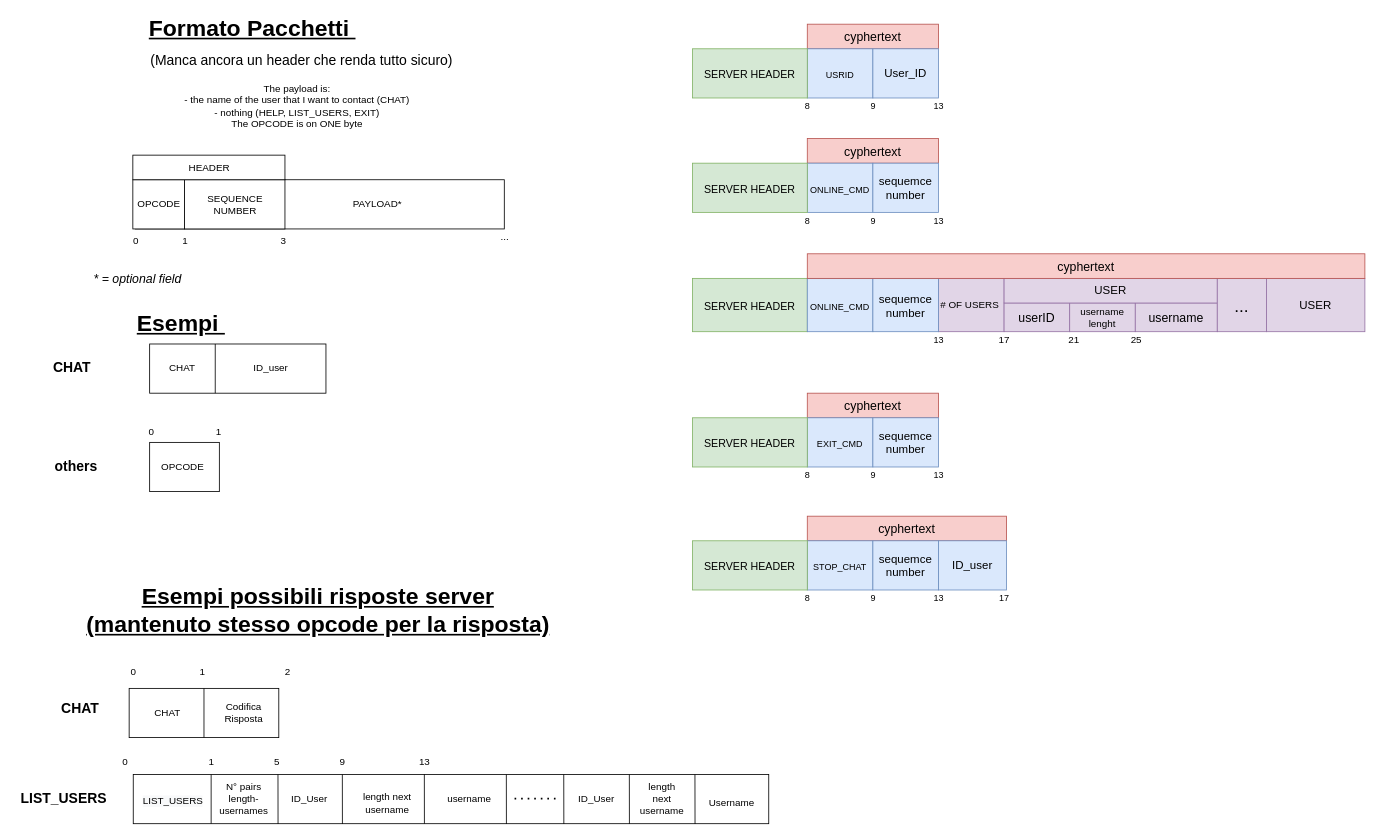
Before: page "Pagina-1" (1 of 4) of schema/MsgScheme.drawio in gerti98/secureCom, a draw.io diagram. Source tidied: cells renumbered, new cells numbered last; positions are measured from the earlier drawing's top-left corner, leaving out a move shared by most shapes. Both pictures are drawn from the tidied source at 82%, with x=0, y=0 at pixel (14, 16).
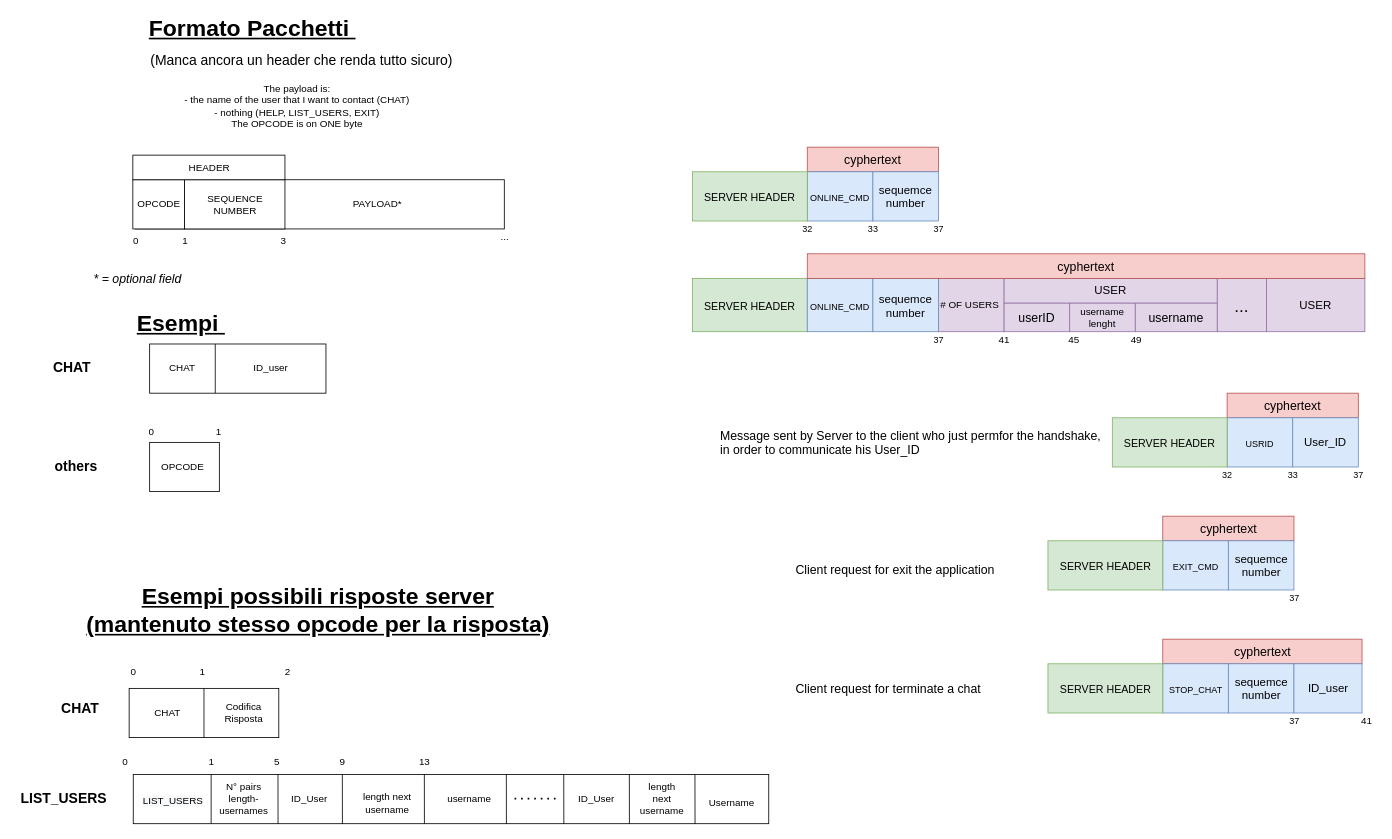
The same diagram, later.

The edit, as a diff of the source:
```diff
@@
-    <mxCell id="61" value="17" style="text;html=1;align=center;verticalAlign=middle;" parent="1" vertex="1">
+    <mxCell id="61" value="41" style="text;html=1;align=center;verticalAlign=middle;" parent="1" vertex="1">
       <mxGeometry x="1192" y="385" width="30" height="20" as="geometry" />
     </mxCell>
@@
-    <mxCell id="65" value="21" style="text;html=1;align=center;verticalAlign=middle;" parent="1" vertex="1">
+    <mxCell id="65" value="45" style="text;html=1;align=center;verticalAlign=middle;" parent="1" vertex="1">
       <mxGeometry x="1277" y="385" width="30" height="20" as="geometry" />
     </mxCell>
-    <mxCell id="66" value="25" style="text;html=1;align=center;verticalAlign=middle;" parent="1" vertex="1">
+    <mxCell id="66" value="49" style="text;html=1;align=center;verticalAlign=middle;" parent="1" vertex="1">
       <mxGeometry x="1353" y="385" width="30" height="20" as="geometry" />
     </mxCell>
@@
     <mxCell id="70" value="cyphertext" style="rounded=0;whiteSpace=wrap;html=1;fillColor=#f8cecc;strokeColor=#b85450;fontSize=15;" parent="1" vertex="1">
-      <mxGeometry x="967" y="149.5" width="160" height="30" as="geometry" />
+      <mxGeometry x="967" y="160" width="160" height="30" as="geometry" />
     </mxCell>
     <mxCell id="71" value="&lt;font style=&quot;font-size: 11px&quot;&gt;ONLINE_CMD&lt;/font&gt;" style="rounded=0;whiteSpace=wrap;html=1;fillColor=#dae8fc;strokeColor=#6c8ebf;fontSize=15;" parent="1" vertex="1">
-      <mxGeometry x="967" y="179.5" width="80" height="60" as="geometry" />
+      <mxGeometry x="967" y="190" width="80" height="60" as="geometry" />
     </mxCell>
     <mxCell id="72" value="sequemce number" style="rounded=0;whiteSpace=wrap;html=1;fillColor=#dae8fc;strokeColor=#6c8ebf;fontSize=14;" parent="1" vertex="1">
-      <mxGeometry x="1047" y="179.5" width="80" height="60" as="geometry" />
+      <mxGeometry x="1047" y="190" width="80" height="60" as="geometry" />
     </mxCell>
     <mxCell id="73" value="&lt;span style=&quot;font-size: 13px&quot;&gt;SERVER HEADER&lt;/span&gt;" style="rounded=0;whiteSpace=wrap;html=1;fillColor=#d5e8d4;strokeColor=#82b366;fontSize=15;" parent="1" vertex="1">
-      <mxGeometry x="827" y="179.5" width="140" height="60" as="geometry" />
+      <mxGeometry x="827" y="190" width="140" height="60" as="geometry" />
     </mxCell>
-    <mxCell id="74" value="8" style="text;html=1;align=center;verticalAlign=middle;fontSize=11;" parent="1" vertex="1">
-      <mxGeometry x="957" y="239.6" width="20" height="20" as="geometry" />
-    </mxCell>
-    <mxCell id="75" value="9" style="text;html=1;align=center;verticalAlign=middle;fontSize=11;" parent="1" vertex="1">
-      <mxGeometry x="1037" y="239.6" width="20" height="20" as="geometry" />
-    </mxCell>
-    <mxCell id="76" value="13" style="text;html=1;align=center;verticalAlign=middle;fontSize=11;" parent="1" vertex="1">
+    <mxCell id="76" value="37" style="text;html=1;align=center;verticalAlign=middle;fontSize=11;" parent="1" vertex="1">
       <mxGeometry x="1112" y="385" width="30" height="20" as="geometry" />
     </mxCell>
@@
-    <mxCell id="80" value="13" style="text;html=1;align=center;verticalAlign=middle;fontSize=11;" parent="1" vertex="1">
-      <mxGeometry x="1112" y="239.6" width="30" height="20" as="geometry" />
-    </mxCell>
@@
     <mxCell id="82" value="cyphertext" style="rounded=0;whiteSpace=wrap;html=1;fillColor=#f8cecc;strokeColor=#b85450;fontSize=15;" parent="1" vertex="1">
-      <mxGeometry x="967" y="460" width="160" height="30" as="geometry" />
+      <mxGeometry x="1400.5" y="610" width="160" height="30" as="geometry" />
     </mxCell>
     <mxCell id="83" value="&lt;font style=&quot;font-size: 11px&quot;&gt;EXIT_CMD&lt;/font&gt;" style="rounded=0;whiteSpace=wrap;html=1;fillColor=#dae8fc;strokeColor=#6c8ebf;fontSize=15;" parent="1" vertex="1">
-      <mxGeometry x="967" y="490" width="80" height="60" as="geometry" />
+      <mxGeometry x="1400.5" y="640" width="80" height="60" as="geometry" />
     </mxCell>
     <mxCell id="84" value="sequemce number" style="rounded=0;whiteSpace=wrap;html=1;fillColor=#dae8fc;strokeColor=#6c8ebf;fontSize=14;" parent="1" vertex="1">
-      <mxGeometry x="1047" y="490" width="80" height="60" as="geometry" />
+      <mxGeometry x="1480.5" y="640" width="80" height="60" as="geometry" />
     </mxCell>
     <mxCell id="85" value="&lt;span style=&quot;font-size: 13px&quot;&gt;SERVER HEADER&lt;/span&gt;" style="rounded=0;whiteSpace=wrap;html=1;fillColor=#d5e8d4;strokeColor=#82b366;fontSize=15;" parent="1" vertex="1">
-      <mxGeometry x="827" y="490" width="140" height="60" as="geometry" />
+      <mxGeometry x="1260.5" y="640" width="140" height="60" as="geometry" />
     </mxCell>
-    <mxCell id="86" value="8" style="text;html=1;align=center;verticalAlign=middle;fontSize=11;" parent="1" vertex="1">
-      <mxGeometry x="957" y="550" width="20" height="20" as="geometry" />
-    </mxCell>
-    <mxCell id="87" value="9" style="text;html=1;align=center;verticalAlign=middle;fontSize=11;" parent="1" vertex="1">
-      <mxGeometry x="1037" y="550" width="20" height="20" as="geometry" />
-    </mxCell>
-    <mxCell id="88" value="13" style="text;html=1;align=center;verticalAlign=middle;fontSize=11;" parent="1" vertex="1">
-      <mxGeometry x="1112" y="550" width="30" height="20" as="geometry" />
+    <mxCell id="88" value="37" style="text;html=1;align=center;verticalAlign=middle;fontSize=11;" parent="1" vertex="1">
+      <mxGeometry x="1545.5" y="700" width="30" height="20" as="geometry" />
     </mxCell>
     <mxCell id="89" value="cyphertext" style="rounded=0;whiteSpace=wrap;html=1;fillColor=#f8cecc;strokeColor=#b85450;fontSize=15;" parent="1" vertex="1">
-      <mxGeometry x="967" y="610" width="243" height="30" as="geometry" />
+      <mxGeometry x="1400.5" y="760" width="243" height="30" as="geometry" />
     </mxCell>
     <mxCell id="90" value="&lt;span style=&quot;font-size: 11px&quot;&gt;STOP_CHAT&lt;/span&gt;" style="rounded=0;whiteSpace=wrap;html=1;fillColor=#dae8fc;strokeColor=#6c8ebf;fontSize=15;" parent="1" vertex="1">
-      <mxGeometry x="967" y="640" width="80" height="60" as="geometry" />
+      <mxGeometry x="1400.5" y="790" width="80" height="60" as="geometry" />
     </mxCell>
     <mxCell id="91" value="sequemce number" style="rounded=0;whiteSpace=wrap;html=1;fillColor=#dae8fc;strokeColor=#6c8ebf;fontSize=14;" parent="1" vertex="1">
-      <mxGeometry x="1047" y="640" width="80" height="60" as="geometry" />
+      <mxGeometry x="1480.5" y="790" width="80" height="60" as="geometry" />
     </mxCell>
     <mxCell id="92" value="&lt;span style=&quot;font-size: 13px&quot;&gt;SERVER HEADER&lt;/span&gt;" style="rounded=0;whiteSpace=wrap;html=1;fillColor=#d5e8d4;strokeColor=#82b366;fontSize=15;" parent="1" vertex="1">
-      <mxGeometry x="827" y="640" width="140" height="60" as="geometry" />
+      <mxGeometry x="1260.5" y="790" width="140" height="60" as="geometry" />
     </mxCell>
-    <mxCell id="93" value="8" style="text;html=1;align=center;verticalAlign=middle;fontSize=11;" parent="1" vertex="1">
-      <mxGeometry x="957" y="700" width="20" height="20" as="geometry" />
-    </mxCell>
-    <mxCell id="94" value="9" style="text;html=1;align=center;verticalAlign=middle;fontSize=11;" parent="1" vertex="1">
-      <mxGeometry x="1037" y="700" width="20" height="20" as="geometry" />
-    </mxCell>
-    <mxCell id="95" value="13" style="text;html=1;align=center;verticalAlign=middle;fontSize=11;" parent="1" vertex="1">
-      <mxGeometry x="1112" y="700" width="30" height="20" as="geometry" />
-    </mxCell>
     <mxCell id="96" value="ID_user" style="rounded=0;whiteSpace=wrap;html=1;fillColor=#dae8fc;strokeColor=#6c8ebf;fontSize=14;" parent="1" vertex="1">
-      <mxGeometry x="1127" y="640" width="83" height="60" as="geometry" />
+      <mxGeometry x="1560.5" y="790" width="83" height="60" as="geometry" />
     </mxCell>
-    <mxCell id="97" value="17" style="text;html=1;align=center;verticalAlign=middle;fontSize=11;" parent="1" vertex="1">
-      <mxGeometry x="1192" y="700" width="30" height="20" as="geometry" />
-    </mxCell>
     <mxCell id="98" value="cyphertext" style="rounded=0;whiteSpace=wrap;html=1;fillColor=#f8cecc;strokeColor=#b85450;fontSize=15;" parent="1" vertex="1">
-      <mxGeometry x="967" y="10" width="160" height="30" as="geometry" />
+      <mxGeometry x="1479" y="460" width="160" height="30" as="geometry" />
     </mxCell>
     <mxCell id="99" value="&lt;font style=&quot;font-size: 11px&quot;&gt;USRID&lt;/font&gt;" style="rounded=0;whiteSpace=wrap;html=1;fillColor=#dae8fc;strokeColor=#6c8ebf;fontSize=15;" parent="1" vertex="1">
-      <mxGeometry x="967" y="40" width="80" height="60" as="geometry" />
+      <mxGeometry x="1479" y="490" width="80" height="60" as="geometry" />
     </mxCell>
     <mxCell id="100" value="User_ID" style="rounded=0;whiteSpace=wrap;html=1;fillColor=#dae8fc;strokeColor=#6c8ebf;fontSize=14;" parent="1" vertex="1">
-      <mxGeometry x="1047" y="40" width="80" height="60" as="geometry" />
+      <mxGeometry x="1559" y="490" width="80" height="60" as="geometry" />
     </mxCell>
     <mxCell id="101" value="&lt;span style=&quot;font-size: 13px&quot;&gt;SERVER HEADER&lt;/span&gt;" style="rounded=0;whiteSpace=wrap;html=1;fillColor=#d5e8d4;strokeColor=#82b366;fontSize=15;" parent="1" vertex="1">
-      <mxGeometry x="827" y="40" width="140" height="60" as="geometry" />
+      <mxGeometry x="1339" y="490" width="140" height="60" as="geometry" />
     </mxCell>
-    <mxCell id="102" value="8" style="text;html=1;align=center;verticalAlign=middle;fontSize=11;" parent="1" vertex="1">
-      <mxGeometry x="957" y="100" width="20" height="20" as="geometry" />
+    <mxCell id="102" value="32" style="text;html=1;align=center;verticalAlign=middle;fontSize=11;" parent="1" vertex="1">
+      <mxGeometry x="1464" y="550" width="30" height="20" as="geometry" />
     </mxCell>
-    <mxCell id="103" value="9" style="text;html=1;align=center;verticalAlign=middle;fontSize=11;" parent="1" vertex="1">
-      <mxGeometry x="1037" y="100" width="20" height="20" as="geometry" />
+    <mxCell id="103" value="33" style="text;html=1;align=center;verticalAlign=middle;fontSize=11;" parent="1" vertex="1">
+      <mxGeometry x="1544" y="550" width="30" height="20" as="geometry" />
     </mxCell>
-    <mxCell id="104" value="13" style="text;html=1;align=center;verticalAlign=middle;fontSize=11;" parent="1" vertex="1">
-      <mxGeometry x="1112" y="100" width="30" height="20" as="geometry" />
+    <mxCell id="104" value="37" style="text;html=1;align=center;verticalAlign=middle;fontSize=11;" parent="1" vertex="1">
+      <mxGeometry x="1624" y="550" width="30" height="20" as="geometry" />
     </mxCell>
+    <mxCell id="105" value="32" style="text;html=1;align=center;verticalAlign=middle;fontSize=11;" parent="1" vertex="1">
+      <mxGeometry x="952" y="250" width="30" height="20" as="geometry" />
+    </mxCell>
+    <mxCell id="106" value="33" style="text;html=1;align=center;verticalAlign=middle;fontSize=11;" parent="1" vertex="1">
+      <mxGeometry x="1032" y="250" width="30" height="20" as="geometry" />
+    </mxCell>
+    <mxCell id="107" value="37" style="text;html=1;align=center;verticalAlign=middle;fontSize=11;" parent="1" vertex="1">
+      <mxGeometry x="1112" y="250" width="30" height="20" as="geometry" />
+    </mxCell>
+    <mxCell id="108" value="37" style="text;html=1;align=center;verticalAlign=middle;fontSize=11;" parent="1" vertex="1">
+      <mxGeometry x="1545.5" y="850" width="30" height="20" as="geometry" />
+    </mxCell>
+    <mxCell id="109" value="41" style="text;html=1;align=center;verticalAlign=middle;" parent="1" vertex="1">
+      <mxGeometry x="1633.5" y="850" width="30" height="20" as="geometry" />
+    </mxCell>
+    <mxCell id="110" value="&lt;span style=&quot;font-size: 15px;&quot;&gt;&lt;font style=&quot;font-size: 15px;&quot;&gt;Message sent by Server to the client who just permfor the handshake, in order to communicate his User_ID&lt;/font&gt;&lt;/span&gt;" style="text;html=1;strokeColor=none;fillColor=none;align=left;verticalAlign=middle;whiteSpace=wrap;rounded=0;fontSize=15;" parent="1" vertex="1">
+      <mxGeometry x="859" y="485" width="473" height="70" as="geometry" />
+    </mxCell>
+    <mxCell id="111" value="&lt;span style=&quot;font-size: 15px;&quot;&gt;&lt;font style=&quot;font-size: 15px;&quot;&gt;Client request for exit the application&lt;/font&gt;&lt;/span&gt;" style="text;html=1;strokeColor=none;fillColor=none;align=left;verticalAlign=middle;whiteSpace=wrap;rounded=0;fontSize=15;" parent="1" vertex="1">
+      <mxGeometry x="950.5" y="640" width="260" height="70" as="geometry" />
+    </mxCell>
+    <mxCell id="112" value="&lt;span style=&quot;font-size: 15px;&quot;&gt;&lt;font style=&quot;font-size: 15px;&quot;&gt;Client request for terminate a chat&lt;/font&gt;&lt;/span&gt;" style="text;html=1;strokeColor=none;fillColor=none;align=left;verticalAlign=middle;whiteSpace=wrap;rounded=0;fontSize=15;" parent="1" vertex="1">
+      <mxGeometry x="950.5" y="785" width="233" height="70" as="geometry" />
+    </mxCell>
```
